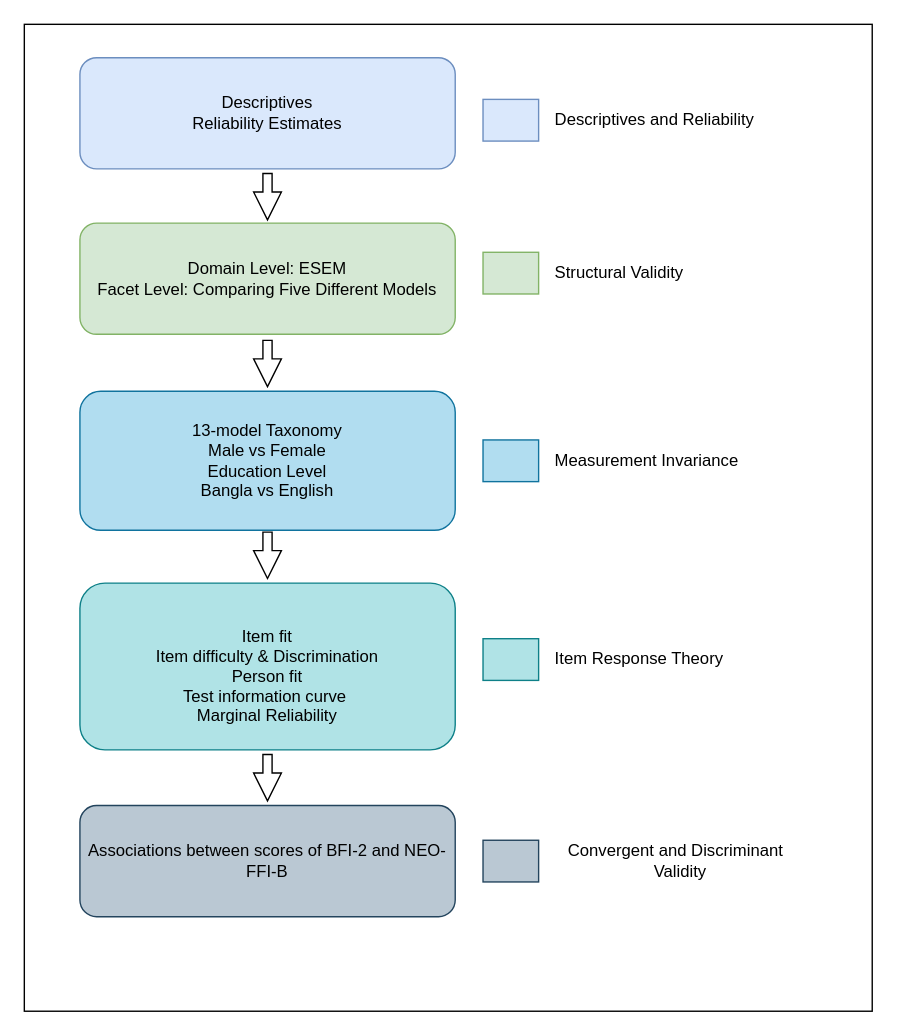
Earlier version of the draw.io diagram BBFI_2_Analysis_Flowchart.drawio (mind-psychometry/BanglaBigFive2). Source tidied: cells renumbered, new cells numbered last; positions are measured from the earlier drawing's top-left corner, leaving out a move shared by most shapes. Both pictures are drawn from the tidied source at 139%, with x=0, y=0 at pixel (24, 24).
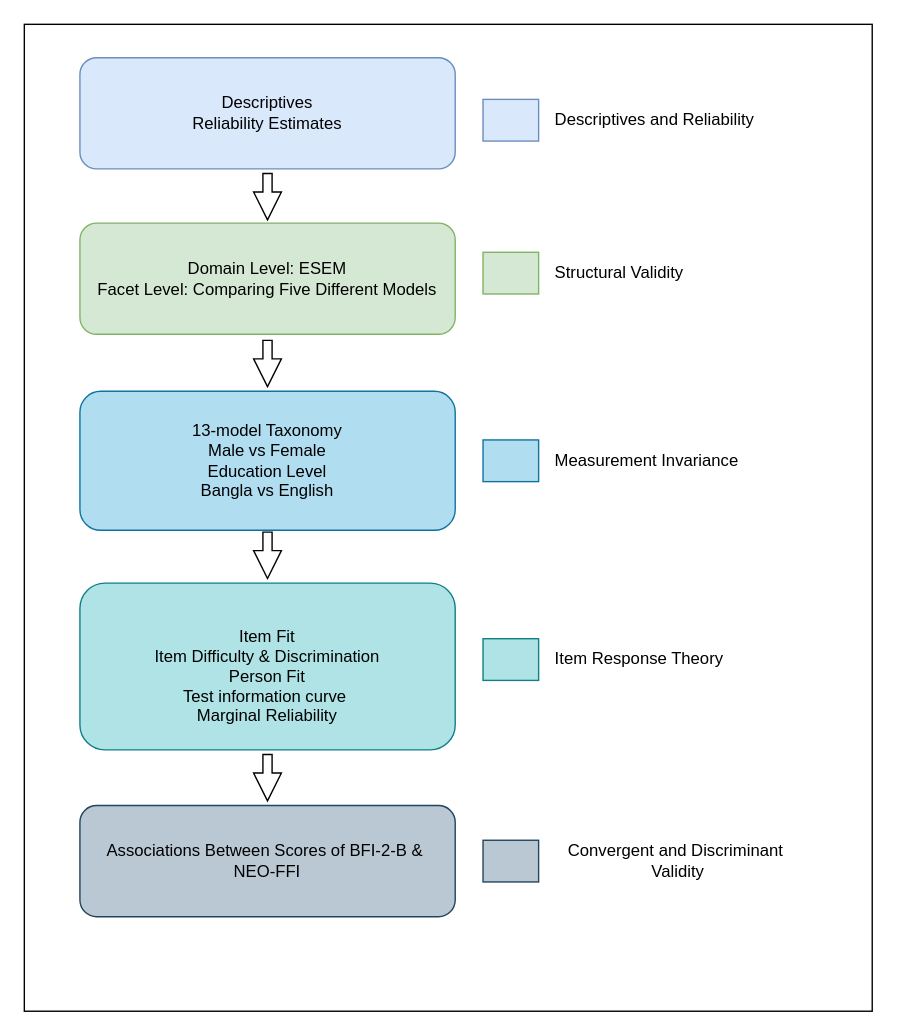
Above is the later version.

Change to the diagram source:
```diff
@@
-    <mxCell id="5" value="13-model Taxonomy&lt;br&gt;Male vs Female&lt;br&gt;Education Level&lt;br style=&quot;border-color: var(--border-color);&quot;&gt;&lt;span style=&quot;&quot;&gt;Bangla vs English&lt;br&gt;&lt;/span&gt;" style="rounded=1;whiteSpace=wrap;html=1;fillColor=#b1ddf0;strokeColor=#10739e;" parent="1" vertex="1">
+    <mxCell id="5" value="13-model Taxonomy&lt;br&gt;Male vs Female&lt;div&gt;Education Level&lt;br style=&quot;border-color: var(--border-color);&quot;&gt;&lt;span style=&quot;&quot;&gt;Bangla vs English&lt;/span&gt;&lt;/div&gt;" style="rounded=1;whiteSpace=wrap;html=1;fillColor=#b1ddf0;strokeColor=#10739e;" parent="1" vertex="1">
       <mxGeometry x="40" y="264" width="270" height="100" as="geometry" />
     </mxCell>
-    <mxCell id="6" value="&lt;br style=&quot;border-color: var(--border-color);&quot;&gt;Item fit&lt;br style=&quot;border-color: var(--border-color);&quot;&gt;Item difficulty &amp;amp; Discrimination&lt;br style=&quot;border-color: var(--border-color);&quot;&gt;Person fit&lt;br style=&quot;border-color: var(--border-color);&quot;&gt;Test information curve&amp;nbsp;&lt;br style=&quot;border-color: var(--border-color);&quot;&gt;Marginal Reliability" style="rounded=1;whiteSpace=wrap;html=1;fillColor=#b0e3e6;strokeColor=#0e8088;" parent="1" vertex="1">
+    <mxCell id="6" value="&lt;br style=&quot;border-color: var(--border-color);&quot;&gt;Item Fit&lt;br style=&quot;border-color: var(--border-color);&quot;&gt;Item Difficulty &amp;amp; Discrimination&lt;br style=&quot;border-color: var(--border-color);&quot;&gt;Person Fit&lt;br style=&quot;border-color: var(--border-color);&quot;&gt;Test information curve&amp;nbsp;&lt;br style=&quot;border-color: var(--border-color);&quot;&gt;Marginal Reliability" style="rounded=1;whiteSpace=wrap;html=1;fillColor=#b0e3e6;strokeColor=#0e8088;" parent="1" vertex="1">
       <mxGeometry x="40" y="402" width="270" height="120" as="geometry" />
     </mxCell>
-    <mxCell id="7" value="Associations between scores of BFI-2 and NEO-FFI-B" style="rounded=1;whiteSpace=wrap;html=1;fillColor=#bac8d3;strokeColor=#23445d;" parent="1" vertex="1">
+    <mxCell id="7" value="Associations Between Scores of BFI-2-B &amp;amp;&amp;nbsp;&lt;div&gt;NEO-FFI&lt;/div&gt;" style="rounded=1;whiteSpace=wrap;html=1;fillColor=#bac8d3;strokeColor=#23445d;" parent="1" vertex="1">
       <mxGeometry x="40" y="562" width="270" height="80" as="geometry" />
     </mxCell>
@@
-    <mxCell id="20" value="Convergent and Discriminant&amp;nbsp;&lt;br&gt;&amp;nbsp;Validity" style="text;html=1;align=center;verticalAlign=middle;strokeColor=none;fillColor=none;" parent="1" vertex="1">
+    <mxCell id="20" value="Convergent and Discriminant&amp;nbsp;&lt;div&gt;Validity&lt;/div&gt;" style="text;html=1;align=center;verticalAlign=middle;strokeColor=none;fillColor=none;" parent="1" vertex="1">
       <mxGeometry x="380" y="582" width="180" height="40" as="geometry" />
     </mxCell>
```
